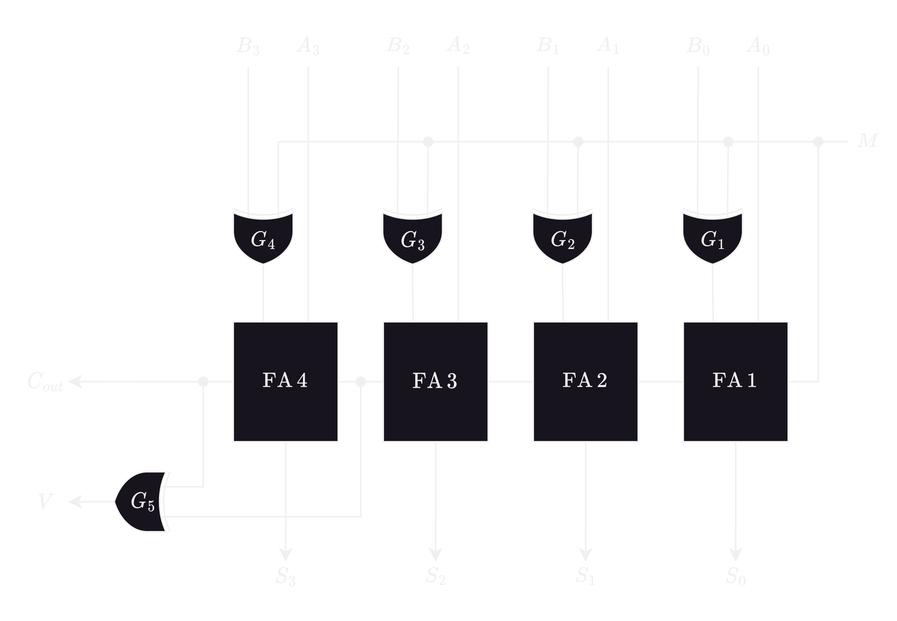
The draw.io diagram Year 2/Digital Design/Media/Adder-cum-Subtractor.png in joejo-joestar/uni-codes, before a commit. Source tidied: cells renumbered, new cells last; positions are measured from the earlier drawing's top-left corner, leaving out a move shared by most shapes.
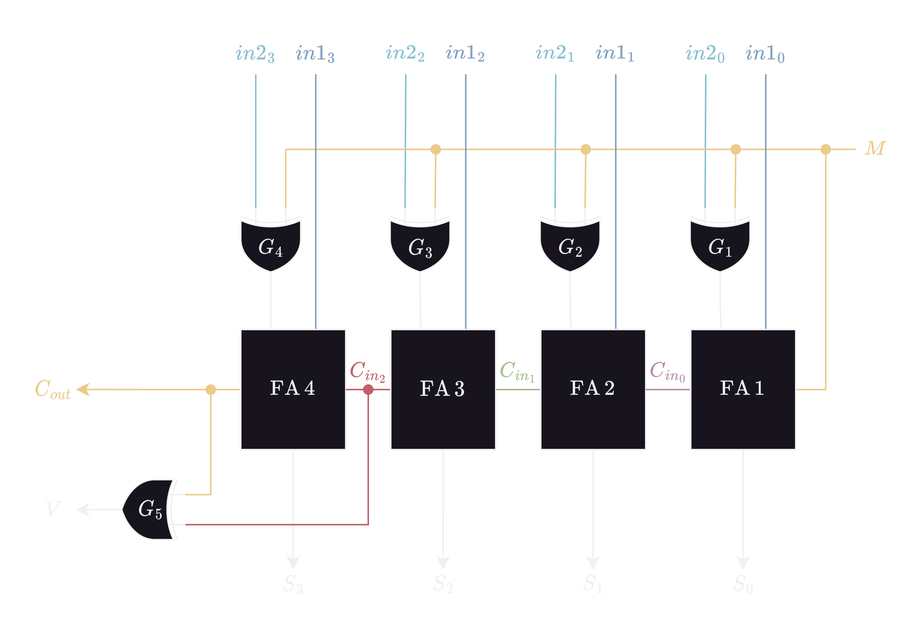
After the change.

The edit, as a diff of the source:
```diff
@@ -2,6 +2,15 @@
   <root>
     <mxCell id="0" />
     <mxCell id="1" parent="0" />
+    <mxCell id="61" value="$$&lt;br&gt;C_{in_2}&lt;br&gt;$$" style="text;html=1;align=center;verticalAlign=middle;strokeColor=none;fillColor=none;fontColor=#bf616a;" parent="1" vertex="1">
+      <mxGeometry x="204.6" y="212" width="70" height="60" as="geometry" />
+    </mxCell>
+    <mxCell id="62" value="$$&lt;br&gt;C_{in_1}&lt;br&gt;$$" style="text;html=1;align=center;verticalAlign=middle;strokeColor=none;fillColor=none;fontColor=#A3BE8C;" parent="1" vertex="1">
+      <mxGeometry x="305" y="212" width="70" height="60" as="geometry" />
+    </mxCell>
+    <mxCell id="63" value="$$&lt;br&gt;C_{in_0}&lt;br&gt;$$" style="text;html=1;align=center;verticalAlign=middle;strokeColor=none;fillColor=none;fontColor=#B48EAD;" parent="1" vertex="1">
+      <mxGeometry x="405.1" y="212" width="70" height="60" as="geometry" />
+    </mxCell>
     <mxCell id="2" style="verticalLabelPosition=bottom;shadow=0;dashed=0;align=center;html=1;verticalAlign=top;shape=mxgraph.electrical.logic_gates.logic_gate;operation=xor;rotation=90;" parent="1" vertex="1">
       <mxGeometry x="148.4" y="139.8" width="53.1" height="40" as="geometry" />
     </mxCell>
@@ -14,71 +23,71 @@
     <mxCell id="5" style="verticalLabelPosition=bottom;shadow=0;dashed=0;align=center;html=1;verticalAlign=top;shape=mxgraph.electrical.logic_gates.logic_gate;operation=xor;rotation=90;" parent="1" vertex="1">
       <mxGeometry x="448" y="139.8" width="53.1" height="40" as="geometry" />
     </mxCell>
-    <mxCell id="6" style="endArrow=oval;html=1;rounded=0;exitX=0;exitY=0.25;exitDx=0;exitDy=0;exitPerimeter=0;endFill=1;" parent="1" edge="1" source="5">
+    <mxCell id="6" style="endArrow=oval;html=1;rounded=0;exitX=0;exitY=0.25;exitDx=0;exitDy=0;exitPerimeter=0;endFill=1;strokeColor=#EBCB8B;" parent="1" edge="1" source="5">
       <mxGeometry relative="1" as="geometry">
         <mxPoint x="485" y="94" as="targetPoint" />
       </mxGeometry>
     </mxCell>
-    <mxCell id="7" style="endArrow=none;html=1;rounded=0;exitX=0;exitY=0.75;exitDx=0;exitDy=0;exitPerimeter=0;" parent="1" edge="1" source="5">
+    <mxCell id="7" style="endArrow=none;html=1;rounded=0;exitX=0;exitY=0.75;exitDx=0;exitDy=0;exitPerimeter=0;strokeColor=#88C0D0;" parent="1" edge="1" source="5">
       <mxGeometry relative="1" as="geometry">
         <mxPoint x="465" y="44" as="targetPoint" />
       </mxGeometry>
     </mxCell>
-    <mxCell id="8" style="endArrow=oval;html=1;rounded=0;exitX=0;exitY=0.25;exitDx=0;exitDy=0;exitPerimeter=0;endFill=1;" parent="1" edge="1" source="4">
+    <mxCell id="8" style="endArrow=oval;html=1;rounded=0;exitX=0;exitY=0.25;exitDx=0;exitDy=0;exitPerimeter=0;endFill=1;strokeColor=#EBCB8B;" parent="1" edge="1" source="4">
       <mxGeometry relative="1" as="geometry">
         <mxPoint x="385" y="94" as="targetPoint" />
       </mxGeometry>
     </mxCell>
-    <mxCell id="9" style="endArrow=none;html=1;rounded=0;exitX=0;exitY=0.75;exitDx=0;exitDy=0;exitPerimeter=0;" parent="1" edge="1" source="4">
+    <mxCell id="9" style="endArrow=none;html=1;rounded=0;exitX=0;exitY=0.75;exitDx=0;exitDy=0;exitPerimeter=0;strokeColor=#88C0D0;" parent="1" edge="1" source="4">
       <mxGeometry relative="1" as="geometry">
         <mxPoint x="365" y="44" as="targetPoint" />
       </mxGeometry>
     </mxCell>
-    <mxCell id="10" style="endArrow=oval;html=1;rounded=0;exitX=0;exitY=0.25;exitDx=0;exitDy=0;exitPerimeter=0;endFill=1;" parent="1" edge="1" source="3">
+    <mxCell id="10" style="endArrow=oval;html=1;rounded=0;exitX=0;exitY=0.25;exitDx=0;exitDy=0;exitPerimeter=0;endFill=1;strokeColor=#EBCB8B;" parent="1" edge="1" source="3">
       <mxGeometry relative="1" as="geometry">
         <mxPoint x="285" y="94" as="targetPoint" />
       </mxGeometry>
     </mxCell>
-    <mxCell id="11" style="endArrow=none;html=1;rounded=0;exitX=0;exitY=0.75;exitDx=0;exitDy=0;exitPerimeter=0;" parent="1" edge="1" source="3">
+    <mxCell id="11" style="endArrow=none;html=1;rounded=0;exitX=0;exitY=0.75;exitDx=0;exitDy=0;exitPerimeter=0;strokeColor=#88C0D0;" parent="1" edge="1" source="3">
       <mxGeometry relative="1" as="geometry">
         <mxPoint x="265" y="44" as="targetPoint" />
       </mxGeometry>
     </mxCell>
-    <mxCell id="12" style="endArrow=none;html=1;rounded=0;exitX=0;exitY=0.25;exitDx=0;exitDy=0;exitPerimeter=0;" parent="1" edge="1" source="2">
+    <mxCell id="12" style="endArrow=none;html=1;rounded=0;exitX=0;exitY=0.25;exitDx=0;exitDy=0;exitPerimeter=0;strokeColor=#EBCB8B;" parent="1" edge="1" source="2">
       <mxGeometry relative="1" as="geometry">
         <mxPoint x="185" y="94" as="targetPoint" />
       </mxGeometry>
     </mxCell>
-    <mxCell id="13" style="endArrow=none;html=1;rounded=0;exitX=0;exitY=0.75;exitDx=0;exitDy=0;exitPerimeter=0;" parent="1" edge="1" source="2">
+    <mxCell id="13" style="endArrow=none;html=1;rounded=0;exitX=0;exitY=0.75;exitDx=0;exitDy=0;exitPerimeter=0;strokeColor=#88C0D0;" parent="1" edge="1" source="2">
       <mxGeometry relative="1" as="geometry">
         <mxPoint x="165" y="44" as="targetPoint" />
       </mxGeometry>
     </mxCell>
-    <mxCell id="14" style="endArrow=none;html=1;rounded=0;" parent="1" edge="1">
+    <mxCell id="14" style="endArrow=none;html=1;rounded=0;strokeColor=#EBCB8B;" parent="1" edge="1">
       <mxGeometry relative="1" as="geometry">
         <mxPoint x="185" y="94" as="sourcePoint" />
         <mxPoint x="565" y="94" as="targetPoint" />
       </mxGeometry>
     </mxCell>
-    <mxCell id="15" style="endArrow=none;html=1;rounded=0;" parent="1" edge="1">
+    <mxCell id="15" style="endArrow=none;html=1;rounded=0;strokeColor=#81A1C1;" parent="1" edge="1">
       <mxGeometry relative="1" as="geometry">
         <mxPoint x="505" y="214" as="sourcePoint" />
         <mxPoint x="505" y="44" as="targetPoint" />
       </mxGeometry>
     </mxCell>
-    <mxCell id="16" style="endArrow=none;html=1;rounded=0;" parent="1" edge="1">
+    <mxCell id="16" style="endArrow=none;html=1;rounded=0;strokeColor=#81A1C1;" parent="1" edge="1">
       <mxGeometry relative="1" as="geometry">
         <mxPoint x="405" y="214" as="sourcePoint" />
         <mxPoint x="405" y="44" as="targetPoint" />
       </mxGeometry>
     </mxCell>
-    <mxCell id="17" style="endArrow=none;html=1;rounded=0;" parent="1" edge="1">
+    <mxCell id="17" style="endArrow=none;html=1;rounded=0;strokeColor=#81A1C1;" parent="1" edge="1">
       <mxGeometry relative="1" as="geometry">
         <mxPoint x="305" y="214" as="sourcePoint" />
         <mxPoint x="305" y="44" as="targetPoint" />
       </mxGeometry>
     </mxCell>
-    <mxCell id="18" style="endArrow=none;html=1;rounded=0;" parent="1" edge="1">
+    <mxCell id="18" style="endArrow=none;html=1;rounded=0;strokeColor=#81A1C1;" parent="1" edge="1">
       <mxGeometry relative="1" as="geometry">
         <mxPoint x="205" y="214" as="sourcePoint" />
         <mxPoint x="205" y="44" as="targetPoint" />
@@ -104,7 +113,7 @@
         <mxPoint x="175" y="214" as="sourcePoint" />
       </mxGeometry>
     </mxCell>
-    <mxCell id="23" style="edgeStyle=orthogonalEdgeStyle;rounded=0;jettySize=auto;html=1;endArrow=none;endFill=0;entryX=0;entryY=0.75;entryDx=0;entryDy=0;entryPerimeter=0;startArrow=oval;startFill=1;" parent="1" edge="1" target="39">
+    <mxCell id="23" style="edgeStyle=orthogonalEdgeStyle;rounded=0;jettySize=auto;html=1;endArrow=none;endFill=0;entryX=0;entryY=0.75;entryDx=0;entryDy=0;entryPerimeter=0;startArrow=oval;startFill=1;strokeColor=#EBCB8B;" parent="1" edge="1" target="39">
       <mxGeometry relative="1" as="geometry">
         <mxPoint x="135" y="254" as="sourcePoint" />
         <Array as="points">
@@ -112,7 +121,7 @@
         </Array>
       </mxGeometry>
     </mxCell>
-    <mxCell id="24" style="edgeStyle=orthogonalEdgeStyle;rounded=0;jettySize=auto;html=1;exitX=0;exitY=0.5;exitDx=0;exitDy=0;" parent="1" edge="1" source="26">
+    <mxCell id="24" style="edgeStyle=orthogonalEdgeStyle;rounded=0;jettySize=auto;html=1;exitX=0;exitY=0.5;exitDx=0;exitDy=0;strokeColor=#EBCB8B;" parent="1" edge="1" source="26">
       <mxGeometry relative="1" as="geometry">
         <mxPoint x="45" y="253.9" as="targetPoint" />
       </mxGeometry>
@@ -125,7 +134,7 @@
     <mxCell id="26" value="$$&lt;br&gt;\text{FA}\,4&lt;br&gt;$$" style="rounded=0;whiteSpace=wrap;html=1;" parent="1" vertex="1">
       <mxGeometry x="155" y="214" width="70" height="80" as="geometry" />
     </mxCell>
-    <mxCell id="27" style="edgeStyle=orthogonalEdgeStyle;rounded=0;jettySize=auto;html=1;endArrow=none;endFill=0;" parent="1" edge="1" source="29" target="26">
+    <mxCell id="27" style="edgeStyle=orthogonalEdgeStyle;rounded=0;jettySize=auto;html=1;endArrow=none;endFill=0;strokeColor=#BF616A;" parent="1" edge="1" source="29" target="26">
       <mxGeometry relative="1" as="geometry" />
     </mxCell>
     <mxCell id="28" style="edgeStyle=orthogonalEdgeStyle;rounded=0;jettySize=auto;html=1;exitX=0.5;exitY=1;exitDx=0;exitDy=0;" parent="1" edge="1" source="29">
@@ -136,7 +145,7 @@
     <mxCell id="29" value="$$&lt;br&gt;\text{FA}\,3&lt;br&gt;$$" style="rounded=0;whiteSpace=wrap;html=1;" parent="1" vertex="1">
       <mxGeometry x="255" y="214" width="70" height="80" as="geometry" />
     </mxCell>
-    <mxCell id="30" style="edgeStyle=orthogonalEdgeStyle;rounded=0;jettySize=auto;html=1;endArrow=none;endFill=0;" parent="1" edge="1" source="32" target="29">
+    <mxCell id="30" style="edgeStyle=orthogonalEdgeStyle;rounded=0;jettySize=auto;html=1;endArrow=none;endFill=0;strokeColor=#A3BE8C;" parent="1" edge="1" source="32" target="29">
       <mxGeometry relative="1" as="geometry" />
     </mxCell>
     <mxCell id="31" style="edgeStyle=orthogonalEdgeStyle;rounded=0;jettySize=auto;html=1;exitX=0.5;exitY=1;exitDx=0;exitDy=0;" parent="1" edge="1" source="32">
@@ -147,10 +156,10 @@
     <mxCell id="32" value="$$&lt;br&gt;\text{FA}\,2&lt;br&gt;$$" style="rounded=0;whiteSpace=wrap;html=1;" parent="1" vertex="1">
       <mxGeometry x="355" y="214" width="70" height="80" as="geometry" />
     </mxCell>
-    <mxCell id="33" style="edgeStyle=orthogonalEdgeStyle;rounded=0;jettySize=auto;html=1;exitX=0;exitY=0.5;exitDx=0;exitDy=0;entryX=1;entryY=0.5;entryDx=0;entryDy=0;endArrow=none;endFill=0;" parent="1" edge="1" source="36" target="32">
+    <mxCell id="33" style="edgeStyle=orthogonalEdgeStyle;rounded=0;jettySize=auto;html=1;exitX=0;exitY=0.5;exitDx=0;exitDy=0;entryX=1;entryY=0.5;entryDx=0;entryDy=0;endArrow=none;endFill=0;strokeColor=#B48EAD;" parent="1" edge="1" source="36" target="32">
       <mxGeometry relative="1" as="geometry" />
     </mxCell>
-    <mxCell id="34" style="edgeStyle=orthogonalEdgeStyle;rounded=0;jettySize=auto;html=1;exitX=1;exitY=0.5;exitDx=0;exitDy=0;endArrow=none;endFill=0;" parent="1" edge="1" source="36">
+    <mxCell id="34" style="edgeStyle=orthogonalEdgeStyle;rounded=0;jettySize=auto;html=1;exitX=1;exitY=0.5;exitDx=0;exitDy=0;endArrow=none;endFill=0;strokeColor=#EBCB8B;" parent="1" edge="1" source="36">
       <mxGeometry relative="1" as="geometry">
         <mxPoint x="545" y="254" as="targetPoint" />
       </mxGeometry>
@@ -163,7 +172,7 @@
     <mxCell id="36" value="$$&lt;br&gt;\text{FA}\,1&lt;br&gt;$$" style="rounded=0;whiteSpace=wrap;html=1;" parent="1" vertex="1">
       <mxGeometry x="455" y="214" width="70" height="80" as="geometry" />
     </mxCell>
-    <mxCell id="37" style="endArrow=oval;html=1;rounded=0;endFill=1;" parent="1" edge="1">
+    <mxCell id="37" style="endArrow=oval;html=1;rounded=0;endFill=1;strokeColor=#EBCB8B;" parent="1" edge="1">
       <mxGeometry relative="1" as="geometry">
         <mxPoint x="545" y="254" as="sourcePoint" />
         <mxPoint x="545" y="94" as="targetPoint" />
@@ -177,7 +186,7 @@
     <mxCell id="39" style="verticalLabelPosition=bottom;shadow=0;dashed=0;align=center;html=1;verticalAlign=top;shape=mxgraph.electrical.logic_gates.logic_gate;operation=xor;rotation=-180;" parent="1" vertex="1">
       <mxGeometry x="65" y="314" width="53.1" height="40" as="geometry" />
     </mxCell>
-    <mxCell id="40" style="endArrow=oval;html=1;rounded=0;exitX=0;exitY=0.25;exitDx=0;exitDy=0;exitPerimeter=0;startArrow=none;startFill=0;endFill=1;" parent="1" edge="1" source="39">
+    <mxCell id="40" style="endArrow=oval;html=1;rounded=0;exitX=0;exitY=0.25;exitDx=0;exitDy=0;exitPerimeter=0;startArrow=none;startFill=0;endFill=1;strokeColor=#BF616A;" parent="1" edge="1" source="39">
       <mxGeometry relative="1" as="geometry">
         <mxPoint x="240" y="254" as="targetPoint" />
         <Array as="points">
@@ -185,7 +194,7 @@
         </Array>
       </mxGeometry>
     </mxCell>
-    <mxCell id="41" value="$$&lt;br&gt;C_{out}&lt;br&gt;$$" style="text;html=1;align=center;verticalAlign=middle;strokeColor=none;fillColor=none;" parent="1" vertex="1">
+    <mxCell id="41" value="$$&lt;br&gt;C_{out}&lt;br&gt;$$" style="text;html=1;align=center;verticalAlign=middle;strokeColor=none;fillColor=none;fontColor=#EBCB8B;" parent="1" vertex="1">
       <mxGeometry y="224" width="60" height="60" as="geometry" />
     </mxCell>
     <mxCell id="42" value="$$&lt;br&gt;V&lt;br&gt;$$" style="text;html=1;align=center;verticalAlign=middle;strokeColor=none;fillColor=none;" parent="1" vertex="1">
@@ -218,31 +227,31 @@
     <mxCell id="51" value="$$&lt;br&gt;G_5&lt;br&gt;$$" style="text;html=1;align=center;verticalAlign=middle;strokeColor=none;fillColor=none;" parent="1" vertex="1">
       <mxGeometry x="70" y="304" width="50" height="60" as="geometry" />
     </mxCell>
-    <mxCell id="52" value="$$&lt;br&gt;B_3&lt;br&gt;$$" style="text;html=1;align=center;verticalAlign=middle;strokeColor=none;fillColor=none;" parent="1" vertex="1">
-      <mxGeometry x="145.4" width="40" height="60" as="geometry" />
+    <mxCell id="52" value="$$&lt;br&gt;in2_3&lt;br&gt;$$" style="text;html=1;align=center;verticalAlign=middle;strokeColor=none;fillColor=none;fontColor=#88C0D0;" parent="1" vertex="1">
+      <mxGeometry x="140.4" width="50" height="60" as="geometry" />
     </mxCell>
-    <mxCell id="53" value="$$&lt;br&gt;B_2&lt;br&gt;$$" style="text;html=1;align=center;verticalAlign=middle;strokeColor=none;fillColor=none;" parent="1" vertex="1">
-      <mxGeometry x="245.4" width="40" height="60" as="geometry" />
+    <mxCell id="53" value="$$&lt;br&gt;in2_2&lt;br&gt;$$" style="text;html=1;align=center;verticalAlign=middle;strokeColor=none;fillColor=none;fontColor=#88C0D0;" parent="1" vertex="1">
+      <mxGeometry x="240.4" width="50" height="60" as="geometry" />
     </mxCell>
-    <mxCell id="54" value="$$&lt;br&gt;B_1&lt;br&gt;$$" style="text;html=1;align=center;verticalAlign=middle;strokeColor=none;fillColor=none;" parent="1" vertex="1">
-      <mxGeometry x="345.4" width="40" height="60" as="geometry" />
+    <mxCell id="54" value="$$&lt;br&gt;in2_1&lt;br&gt;$$" style="text;html=1;align=center;verticalAlign=middle;strokeColor=none;fillColor=none;fontColor=#88C0D0;" parent="1" vertex="1">
+      <mxGeometry x="340.4" width="50" height="60" as="geometry" />
     </mxCell>
-    <mxCell id="55" value="$$&lt;br&gt;B_0&lt;br&gt;$$" style="text;html=1;align=center;verticalAlign=middle;strokeColor=none;fillColor=none;" parent="1" vertex="1">
-      <mxGeometry x="445.4" width="40" height="60" as="geometry" />
+    <mxCell id="55" value="$$&lt;br&gt;in2_0&lt;br&gt;$$" style="text;html=1;align=center;verticalAlign=middle;strokeColor=none;fillColor=none;fontColor=#88C0D0;" parent="1" vertex="1">
+      <mxGeometry x="440.4" width="50" height="60" as="geometry" />
     </mxCell>
-    <mxCell id="56" value="$$&lt;br&gt;A_3&lt;br&gt;$$" style="text;html=1;align=center;verticalAlign=middle;strokeColor=none;fillColor=none;" parent="1" vertex="1">
-      <mxGeometry x="185.4" width="40" height="60" as="geometry" />
+    <mxCell id="56" value="$$&lt;br&gt;in1_3&lt;br&gt;$$" style="text;html=1;align=center;verticalAlign=middle;strokeColor=none;fillColor=none;fontColor=#81A1C1;" parent="1" vertex="1">
+      <mxGeometry x="180.4" width="50" height="60" as="geometry" />
     </mxCell>
-    <mxCell id="57" value="$$&lt;br&gt;A_2&lt;br&gt;$$" style="text;html=1;align=center;verticalAlign=middle;strokeColor=none;fillColor=none;" parent="1" vertex="1">
-      <mxGeometry x="285.4" width="40" height="60" as="geometry" />
+    <mxCell id="57" value="$$&lt;br&gt;in1_2&lt;br&gt;$$" style="text;html=1;align=center;verticalAlign=middle;strokeColor=none;fillColor=none;fontColor=#81A1C1;" parent="1" vertex="1">
+      <mxGeometry x="280.4" width="50" height="60" as="geometry" />
     </mxCell>
-    <mxCell id="58" value="$$&lt;br&gt;A_1&lt;br&gt;$$" style="text;html=1;align=center;verticalAlign=middle;strokeColor=none;fillColor=none;" parent="1" vertex="1">
-      <mxGeometry x="385.4" width="40" height="60" as="geometry" />
+    <mxCell id="58" value="$$&lt;br&gt;in1_1&lt;br&gt;$$" style="text;html=1;align=center;verticalAlign=middle;strokeColor=none;fillColor=none;fontColor=#81A1C1;" parent="1" vertex="1">
+      <mxGeometry x="380.4" width="50" height="60" as="geometry" />
     </mxCell>
-    <mxCell id="59" value="$$&lt;br&gt;A_0&lt;br&gt;$$" style="text;html=1;align=center;verticalAlign=middle;strokeColor=none;fillColor=none;" parent="1" vertex="1">
-      <mxGeometry x="485.4" width="40" height="60" as="geometry" />
+    <mxCell id="59" value="$$&lt;br&gt;in1_0&lt;br&gt;$$" style="text;html=1;align=center;verticalAlign=middle;strokeColor=none;fillColor=none;fontColor=#81A1C1;" parent="1" vertex="1">
+      <mxGeometry x="480.4" width="50" height="60" as="geometry" />
     </mxCell>
-    <mxCell id="60" value="$$&lt;br&gt;M&lt;br&gt;$$" style="text;html=1;align=center;verticalAlign=middle;strokeColor=none;fillColor=none;" parent="1" vertex="1">
+    <mxCell id="60" value="$$&lt;br&gt;M&lt;br&gt;$$" style="text;html=1;align=center;verticalAlign=middle;strokeColor=none;fillColor=none;fontColor=#EBCB8B;" parent="1" vertex="1">
       <mxGeometry x="558" y="64" width="40" height="60" as="geometry" />
     </mxCell>
   </root>
```
